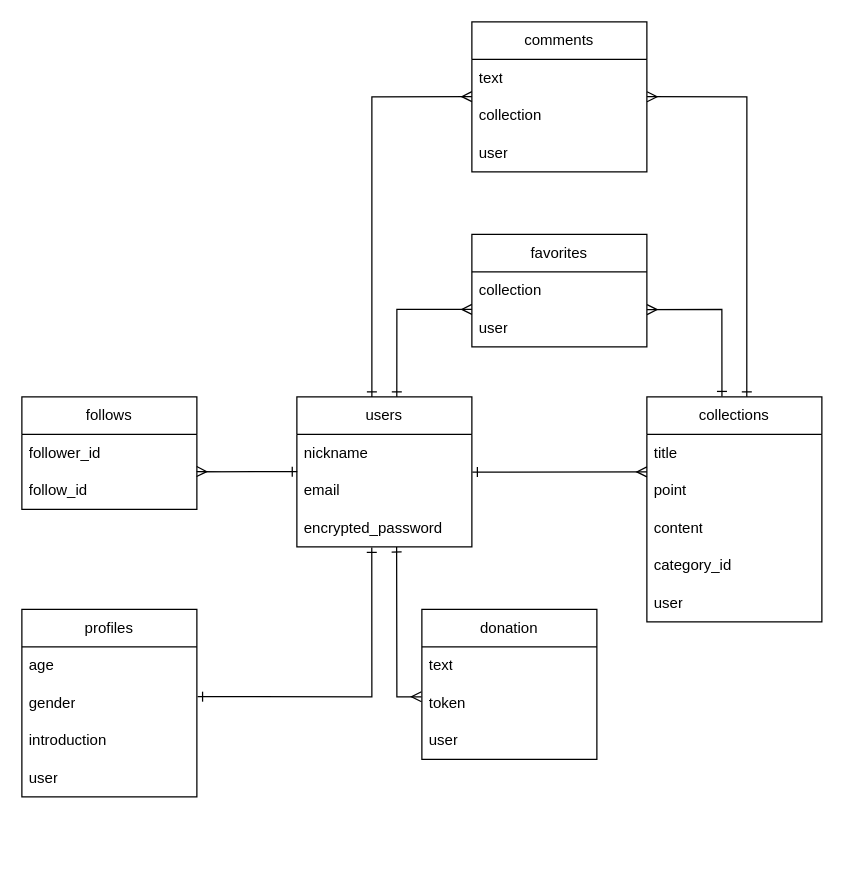
daizdag/own_works_app keeps this draw.io diagram as sousaku.dio. Above is the earlier version. Source tidied: cells renumbered, new cells numbered last; positions are measured from the earlier drawing's top-left corner, leaving out a move shared by most shapes. Both pictures are drawn from the tidied source at 125%, with x=0, y=0 at pixel (21, 21).
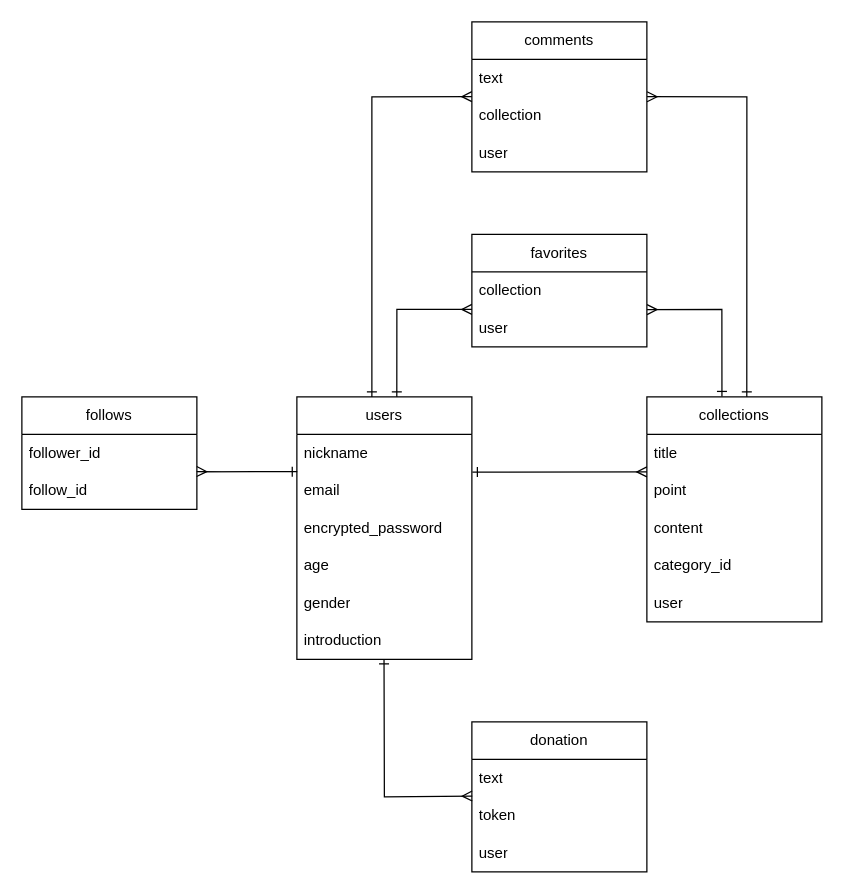
The same diagram, later.

Commit message:
テーブル設計の修正

The change refers to these unchanged cells:
```xml
<mxCell id="11" value="&lt;span style=&quot;&quot;&gt;encrypted_password&lt;/span&gt;" style="text;strokeColor=none;fillColor=none;align=left;verticalAlign=middle;spacingLeft=4;spacingRight=4;overflow=hidden;points=[[0,0.5],[1,0.5]];portConstraint=eastwest;whiteSpace=wrap;html=1;" parent="8" vertex="1">
  <mxGeometry y="90" width="140" height="30" as="geometry" />
</mxCell>
<mxCell id="31" value="token" style="text;strokeColor=none;fillColor=none;align=left;verticalAlign=middle;spacingLeft=4;spacingRight=4;overflow=hidden;points=[[0,0.5],[1,0.5]];portConstraint=eastwest;whiteSpace=wrap;html=1;" parent="29" vertex="1">
  <mxGeometry y="60" width="140" height="30" as="geometry" />
</mxCell>
```

What changed in the source:
```diff
@@
     <mxCell id="8" value="users" style="swimlane;fontStyle=0;horizontal=1;startSize=30;whiteSpace=wrap;html=1;" parent="1" vertex="1">
-      <mxGeometry x="220" y="300" width="140" height="120" as="geometry" />
+      <mxGeometry x="220" y="300" width="140" height="210" as="geometry" />
     </mxCell>
@@
+    <mxCell id="34" value="age" style="text;strokeColor=none;fillColor=none;align=left;verticalAlign=middle;spacingLeft=4;spacingRight=4;overflow=hidden;whiteSpace=wrap;html=1;" parent="8" vertex="1">
+      <mxGeometry y="120" width="140" height="30" as="geometry" />
+    </mxCell>
+    <mxCell id="35" value="gender" style="text;strokeColor=none;fillColor=none;align=left;verticalAlign=middle;spacingLeft=4;spacingRight=4;overflow=hidden;points=[[0,0.5],[1,0.5]];portConstraint=eastwest;whiteSpace=wrap;html=1;" parent="8" vertex="1">
+      <mxGeometry y="150" width="140" height="30" as="geometry" />
+    </mxCell>
+    <mxCell id="36" value="introduction" style="text;strokeColor=none;fillColor=none;align=left;verticalAlign=middle;spacingLeft=4;spacingRight=4;overflow=hidden;points=[[0,0.5],[1,0.5]];portConstraint=eastwest;whiteSpace=wrap;html=1;" parent="8" vertex="1">
+      <mxGeometry y="180" width="140" height="30" as="geometry" />
+    </mxCell>
@@
-    <mxCell id="17" style="endArrow=ERone;html=1;rounded=0;entryX=0.57;entryY=1.003;entryDx=0;entryDy=0;entryPerimeter=0;startArrow=ERmany;startFill=0;endFill=0;exitX=-0.002;exitY=0.33;exitDx=0;exitDy=0;exitPerimeter=0;" parent="1" edge="1" target="11">
+    <mxCell id="17" style="endArrow=ERone;html=1;rounded=0;entryX=0.498;entryY=0.989;entryDx=0;entryDy=0;entryPerimeter=0;startArrow=ERmany;startFill=0;endFill=0;exitX=0.002;exitY=-0.022;exitDx=0;exitDy=0;exitPerimeter=0;" parent="1" edge="1" source="31" target="36">
       <mxGeometry relative="1" as="geometry">
-        <mxPoint x="319.7" y="539.9" as="sourcePoint" />
         <Array as="points">
-          <mxPoint x="300" y="540" />
+          <mxPoint x="290" y="620" />
         </Array>
       </mxGeometry>
     </mxCell>
@@
     <mxCell id="29" value="donation" style="swimlane;fontStyle=0;horizontal=1;startSize=30;whiteSpace=wrap;html=1;" parent="1" vertex="1">
-      <mxGeometry x="320" y="470" width="140" height="120" as="geometry" />
+      <mxGeometry x="360" y="560" width="140" height="120" as="geometry" />
     </mxCell>
@@
-    <mxCell id="33" value="profiles" style="swimlane;fontStyle=0;horizontal=1;startSize=30;whiteSpace=wrap;html=1;" parent="1" vertex="1">
-      <mxGeometry y="470" width="140" height="150" as="geometry" />
-    </mxCell>
-    <mxCell id="34" value="age" style="text;strokeColor=none;fillColor=none;align=left;verticalAlign=middle;spacingLeft=4;spacingRight=4;overflow=hidden;whiteSpace=wrap;html=1;" parent="33" vertex="1">
-      <mxGeometry y="30" width="140" height="30" as="geometry" />
-    </mxCell>
-    <mxCell id="35" value="gender" style="text;strokeColor=none;fillColor=none;align=left;verticalAlign=middle;spacingLeft=4;spacingRight=4;overflow=hidden;points=[[0,0.5],[1,0.5]];portConstraint=eastwest;whiteSpace=wrap;html=1;" parent="33" vertex="1">
-      <mxGeometry y="60" width="140" height="30" as="geometry" />
-    </mxCell>
-    <mxCell id="36" value="introduction" style="text;strokeColor=none;fillColor=none;align=left;verticalAlign=middle;spacingLeft=4;spacingRight=4;overflow=hidden;points=[[0,0.5],[1,0.5]];portConstraint=eastwest;whiteSpace=wrap;html=1;" parent="33" vertex="1">
-      <mxGeometry y="90" width="140" height="30" as="geometry" />
-    </mxCell>
-    <mxCell id="37" value="user" style="text;strokeColor=none;fillColor=none;align=left;verticalAlign=middle;spacingLeft=4;spacingRight=4;overflow=hidden;whiteSpace=wrap;html=1;" parent="33" vertex="1">
-      <mxGeometry y="120" width="140" height="30" as="geometry" />
-    </mxCell>
-    <mxCell id="38" style="endArrow=ERone;html=1;entryX=1.004;entryY=0.328;entryDx=0;entryDy=0;entryPerimeter=0;exitX=0.428;exitY=1.014;exitDx=0;exitDy=0;exitPerimeter=0;rounded=0;endFill=0;startArrow=ERone;startFill=0;" parent="1" edge="1" source="11" target="35">
-      <mxGeometry relative="1" as="geometry">
-        <Array as="points">
-          <mxPoint x="280" y="540" />
-        </Array>
-      </mxGeometry>
-    </mxCell>
```
